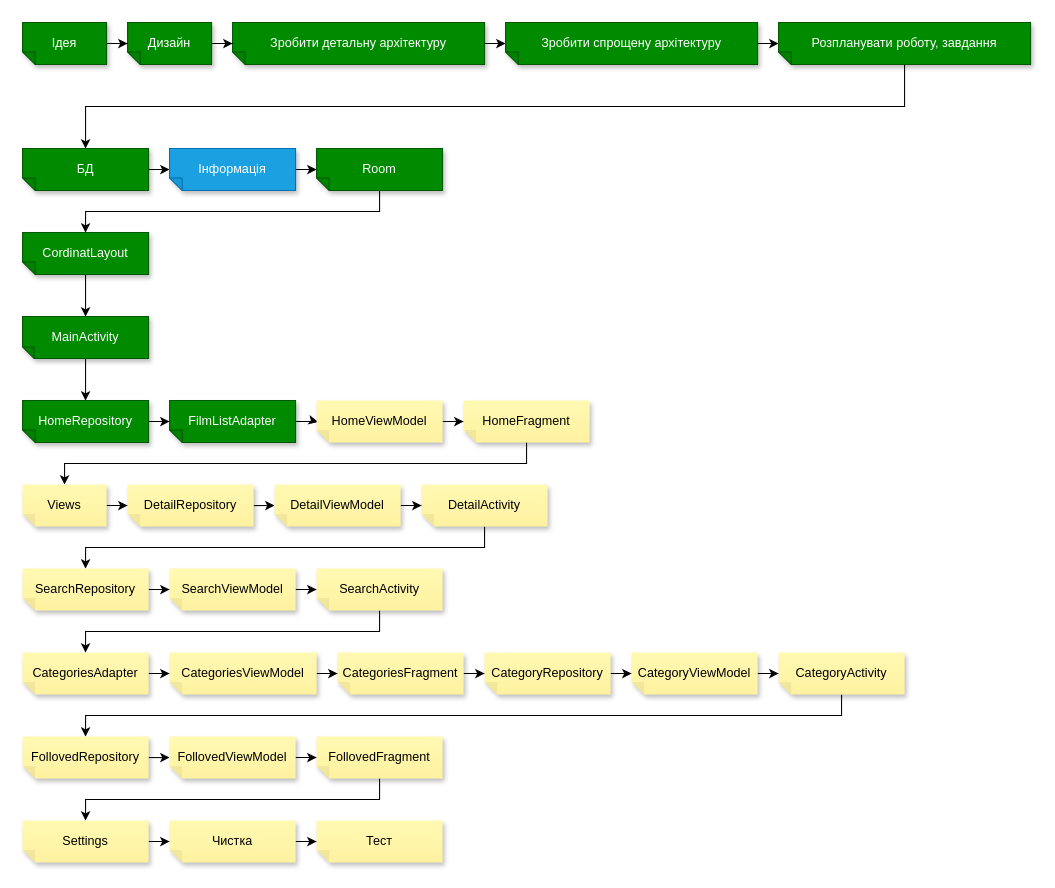
Above: page "Завдання" (2 of 2) of files for project/MoviesReview.drawio in SviatKuzbyt/MoviesReview (draw.io), before the change. Source tidied: cells renumbered, new cells numbered last; positions are measured from the earlier drawing's top-left corner, leaving out a move shared by most shapes. Both pictures are drawn from the tidied source at 105%, with x=0, y=0 at pixel (22, 22).
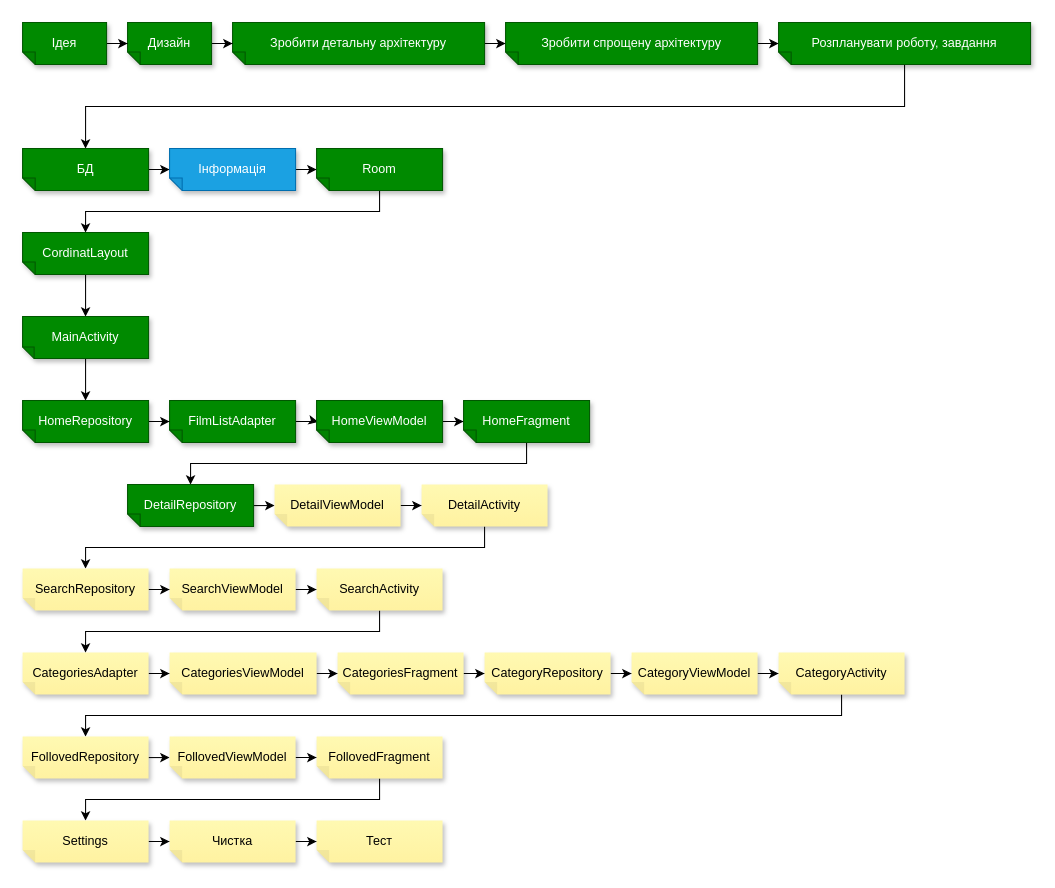
After the change.

Diff of the diagram source:
```diff
@@
-    <mxCell id="23" value="HomeViewModel" style="shape=note;whiteSpace=wrap;html=1;backgroundOutline=1;fontColor=#000000;darkOpacity=0.05;fillColor=#FFF9B2;strokeColor=none;fillStyle=solid;direction=west;gradientDirection=north;gradientColor=#FFF2A1;shadow=1;size=12;" parent="1" vertex="1">
+    <mxCell id="23" value="HomeViewModel" style="shape=note;whiteSpace=wrap;html=1;backgroundOutline=1;fontColor=#ffffff;darkOpacity=0.05;fillColor=#008a00;strokeColor=#005700;fillStyle=solid;direction=west;gradientDirection=north;shadow=1;size=12;" parent="1" vertex="1">
       <mxGeometry x="280" y="360" width="120" height="40" as="geometry" />
     </mxCell>
-    <mxCell id="24" style="edgeStyle=orthogonalEdgeStyle;rounded=0;jettySize=auto;html=1;entryX=0.5;entryY=1;entryDx=0;entryDy=0;entryPerimeter=0;" parent="1" edge="1" source="25" target="27">
+    <mxCell id="24" style="edgeStyle=orthogonalEdgeStyle;rounded=0;jettySize=auto;html=1;entryX=0.5;entryY=1;entryDx=0;entryDy=0;entryPerimeter=0;" parent="1" edge="1" source="25" target="29">
       <mxGeometry relative="1" as="geometry">
         <Array as="points">
           <mxPoint x="480" y="420" />
-          <mxPoint x="40" y="420" />
+          <mxPoint x="160" y="420" />
         </Array>
       </mxGeometry>
     </mxCell>
-    <mxCell id="25" value="HomeFragment" style="shape=note;whiteSpace=wrap;html=1;backgroundOutline=1;fontColor=#000000;darkOpacity=0.05;fillColor=#FFF9B2;strokeColor=none;fillStyle=solid;direction=west;gradientDirection=north;gradientColor=#FFF2A1;shadow=1;size=12;" parent="1" vertex="1">
+    <mxCell id="25" value="HomeFragment" style="shape=note;whiteSpace=wrap;html=1;backgroundOutline=1;fontColor=#ffffff;darkOpacity=0.05;fillColor=#008a00;strokeColor=#005700;fillStyle=solid;direction=west;gradientDirection=north;shadow=1;size=12;" parent="1" vertex="1">
       <mxGeometry x="420" y="360" width="120" height="40" as="geometry" />
     </mxCell>
-    <mxCell id="26" style="edgeStyle=orthogonalEdgeStyle;rounded=0;jettySize=auto;html=1;" parent="1" edge="1" source="27" target="29">
-      <mxGeometry relative="1" as="geometry" />
-    </mxCell>
-    <mxCell id="27" value="Views" style="shape=note;whiteSpace=wrap;html=1;backgroundOutline=1;fontColor=#000000;darkOpacity=0.05;fillColor=#FFF9B2;strokeColor=none;fillStyle=solid;direction=west;gradientDirection=north;gradientColor=#FFF2A1;shadow=1;size=12;" parent="1" vertex="1">
-      <mxGeometry y="440" width="80" height="40" as="geometry" />
-    </mxCell>
@@
-    <mxCell id="29" value="DetailRepository" style="shape=note;whiteSpace=wrap;html=1;backgroundOutline=1;fontColor=#000000;darkOpacity=0.05;fillColor=#FFF9B2;strokeColor=none;fillStyle=solid;direction=west;gradientDirection=north;gradientColor=#FFF2A1;shadow=1;size=12;" parent="1" vertex="1">
+    <mxCell id="29" value="DetailRepository" style="shape=note;whiteSpace=wrap;html=1;backgroundOutline=1;fontColor=#ffffff;darkOpacity=0.05;fillColor=#008a00;strokeColor=#005700;fillStyle=solid;direction=west;gradientDirection=north;shadow=1;size=12;" parent="1" vertex="1">
       <mxGeometry x="100" y="440" width="120" height="40" as="geometry" />
     </mxCell>
```
